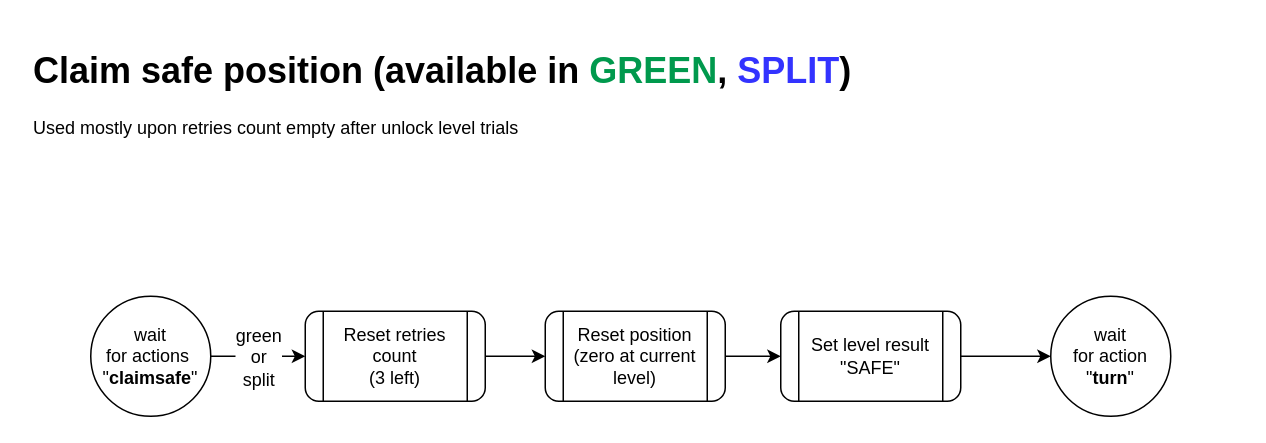
The draw.io diagram page "claimsafe" (7 of 17) of ia/WOFFLER IA.drawio in cptn-solo/woffler_contract, before the edit. Source tidied: cells renumbered, new cells numbered last; positions are measured from the earlier drawing's top-left corner, leaving out a move shared by most shapes. Both pictures are drawn from the tidied source at 150%, with x=0, y=0 at pixel (26, 40).
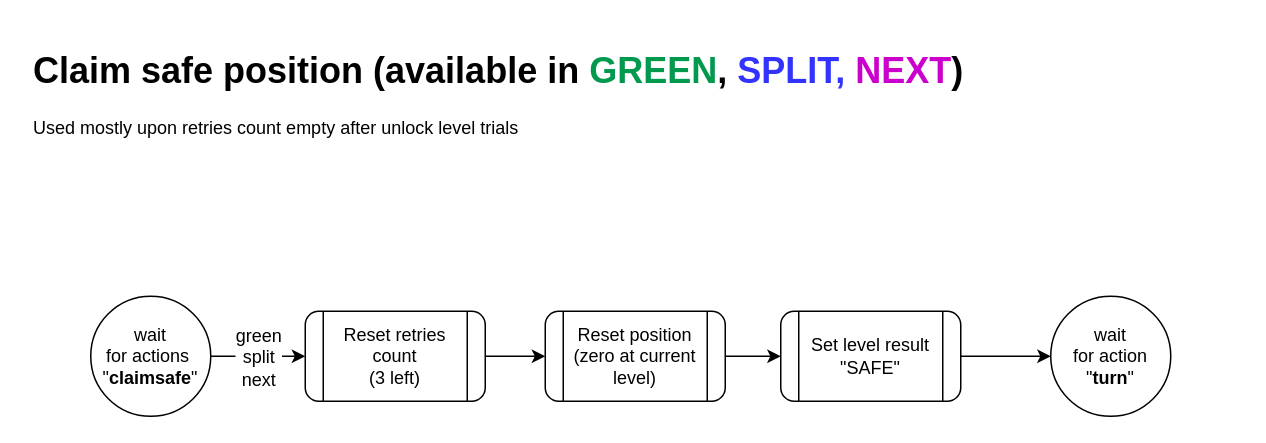
The same diagram, later.

Commit message (it also covers changes not shown here):
#63 Revisit the whole `splitbet` logic, replace with `buyretries` and new states (SPLIT/NEXT) with stakeholder/winner promotion delayed until unlock

Diff of the diagram source:
```diff
@@
 <mxGraphModel>
   <root>
     <mxCell id="0" />
     <mxCell id="1" parent="0" />
     <mxCell id="2" value="wait &lt;br&gt;for actions&amp;nbsp;&lt;br&gt;&quot;&lt;b&gt;claimsafe&lt;/b&gt;&quot;&lt;br&gt;" style="ellipse;whiteSpace=wrap;html=1;rounded=1;shadow=0;glass=0;align=center;" parent="1" vertex="1">
       <mxGeometry x="43" y="170" width="80" height="80" as="geometry" />
     </mxCell>
     <mxCell id="3" style="edgeStyle=orthogonalEdgeStyle;rounded=0;jumpStyle=arc;jettySize=auto;html=1;" parent="1" edge="1" source="2" target="6">
       <mxGeometry relative="1" as="geometry" />
     </mxCell>
-    <mxCell id="4" value="green &lt;br&gt;or&lt;br&gt;split&lt;br&gt;" style="text;html=1;align=center;verticalAlign=middle;labelBackgroundColor=#ffffff;" parent="3" vertex="1">
+    <mxCell id="4" value="green&lt;br&gt;split&lt;br&gt;next&lt;br&gt;" style="text;html=1;align=center;verticalAlign=middle;labelBackgroundColor=#ffffff;" parent="3" vertex="1">
       <mxGeometry x="-0.23" y="1" relative="1" as="geometry">
         <mxPoint x="7.5" y="1" as="offset" />
       </mxGeometry>
     </mxCell>
     <mxCell id="5" style="edgeStyle=orthogonalEdgeStyle;rounded=0;jumpStyle=arc;jettySize=auto;html=1;" parent="1" edge="1" source="6" target="8">
       <mxGeometry relative="1" as="geometry" />
     </mxCell>
     <mxCell id="6" value="Reset retries count&lt;br&gt;(3 left)&lt;br&gt;" style="shape=process;rounded=1;whiteSpace=wrap;html=1;shadow=0;glass=0;strokeColor=#000000;align=center;" parent="1" vertex="1">
       <mxGeometry x="186" y="180" width="120" height="60" as="geometry" />
     </mxCell>
     <mxCell id="7" style="edgeStyle=orthogonalEdgeStyle;rounded=0;jumpStyle=arc;jettySize=auto;html=1;" parent="1" edge="1" source="10" target="9">
       <mxGeometry relative="1" as="geometry" />
     </mxCell>
     <mxCell id="8" value="Reset position&lt;br&gt;(zero at current level)&lt;br&gt;" style="shape=process;rounded=1;whiteSpace=wrap;html=1;shadow=0;glass=0;strokeColor=#000000;align=center;" parent="1" vertex="1">
       <mxGeometry x="346" y="180" width="120" height="60" as="geometry" />
     </mxCell>
     <mxCell id="9" value="wait &lt;br&gt;for action &quot;&lt;b&gt;turn&lt;/b&gt;&quot;" style="ellipse;whiteSpace=wrap;html=1;rounded=1;shadow=0;glass=0;align=center;" parent="1" vertex="1">
       <mxGeometry x="683" y="170" width="80" height="80" as="geometry" />
     </mxCell>
     <mxCell id="10" value="Set level result &quot;SAFE&quot;&lt;br&gt;" style="shape=process;rounded=1;whiteSpace=wrap;html=1;shadow=0;glass=0;strokeColor=#000000;align=center;" parent="1" vertex="1">
       <mxGeometry x="503" y="180" width="120" height="60" as="geometry" />
     </mxCell>
     <mxCell id="11" style="edgeStyle=orthogonalEdgeStyle;rounded=0;jumpStyle=arc;jettySize=auto;html=1;" parent="1" edge="1" source="8" target="10">
       <mxGeometry relative="1" as="geometry" />
     </mxCell>
-    <mxCell id="12" value="&lt;h1&gt;Claim safe position (available in &lt;font color=&quot;#00994d&quot;&gt;GREEN&lt;/font&gt;, &lt;font color=&quot;#3333ff&quot;&gt;SPLIT&lt;/font&gt;)&lt;/h1&gt;&lt;p&gt;Used mostly upon retries count empty after unlock level trials&lt;/p&gt;" style="text;html=1;strokeColor=none;fillColor=none;spacing=5;spacingTop=-20;whiteSpace=wrap;overflow=hidden;rounded=0;shadow=0;glass=0;align=left;" parent="1" vertex="1">
+    <mxCell id="12" value="&lt;h1&gt;Claim safe position (available in &lt;font color=&quot;#00994d&quot;&gt;GREEN&lt;/font&gt;, &lt;font color=&quot;#3333ff&quot;&gt;SPLIT, &lt;/font&gt;&lt;font color=&quot;#cc00cc&quot;&gt;NEXT&lt;/font&gt;)&lt;/h1&gt;&lt;p&gt;Used mostly upon retries count empty after unlock level trials&lt;/p&gt;" style="text;html=1;strokeColor=none;fillColor=none;spacing=5;spacingTop=-20;whiteSpace=wrap;overflow=hidden;rounded=0;shadow=0;glass=0;align=left;" parent="1" vertex="1">
       <mxGeometry width="810" height="130" as="geometry" />
     </mxCell>
   </root>
 </mxGraphModel>
```
